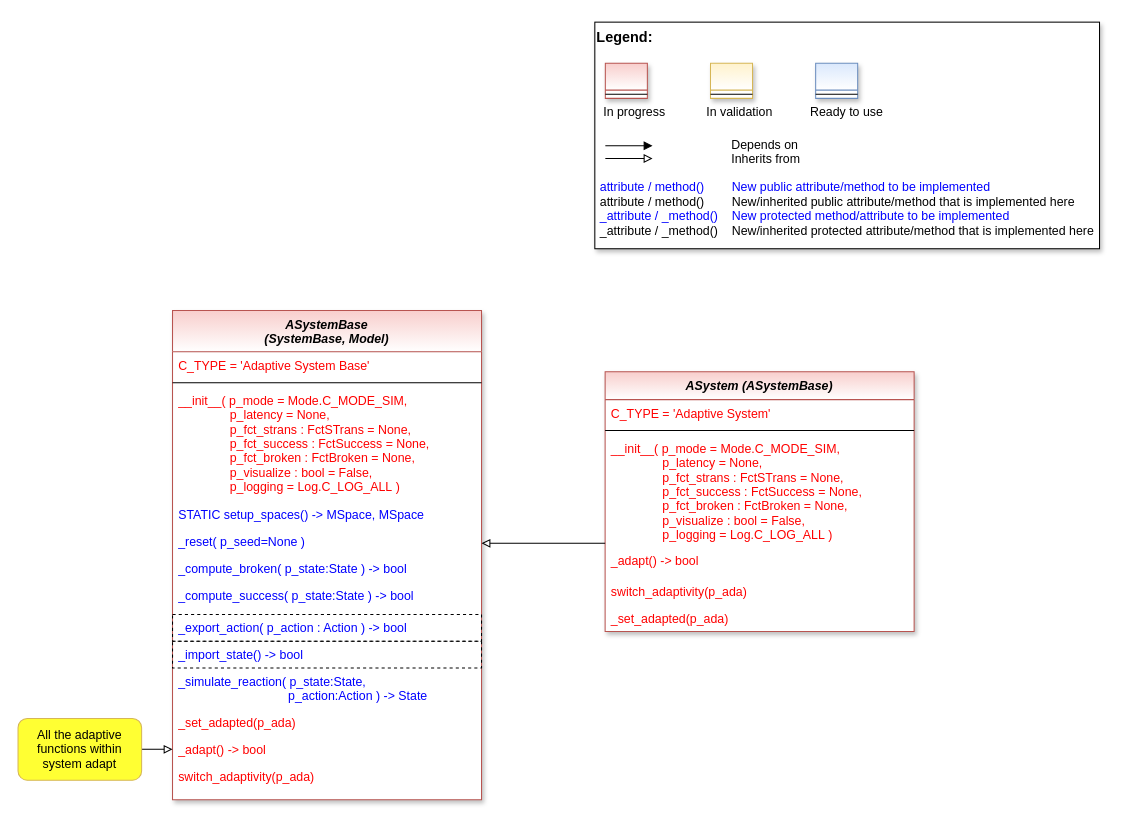
Above: doc/rtd/content/04_appendices/appendix2/sub/core/images/bf/MLPro-BF-Systems-AdaptiveSystems_class_diagram.drawio in fhswf/MLPro (draw.io), before the change. Source tidied: cells renumbered, new cells numbered last; positions are measured from the earlier drawing's top-left corner, leaving out a move shared by most shapes. Both pictures are drawn from the tidied source at 103%, with x=0, y=0 at pixel (18, 22).
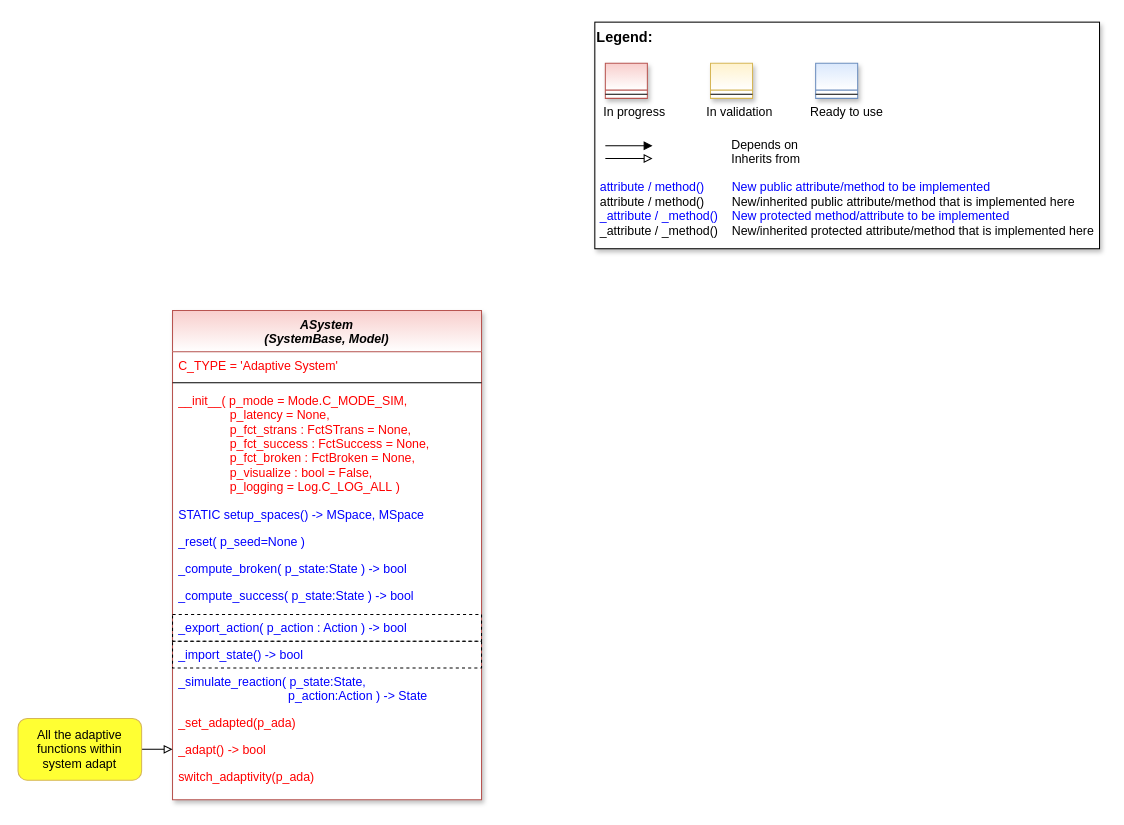
The same page after the edit.

Change to the diagram source:
```diff
@@
-    <mxCell id="2" value="ASystemBase&#10;(SystemBase, Model)" style="swimlane;fontStyle=3;align=center;verticalAlign=top;horizontal=1;startSize=40;rounded=0;shadow=1;strokeWidth=1;fillColor=#f8cecc;strokeColor=#b85450;swimlaneFillColor=#ffffff;gradientColor=#FFFFFF;" parent="1" vertex="1">
+    <mxCell id="2" value="ASystem&#10;(SystemBase, Model)" style="swimlane;fontStyle=3;align=center;verticalAlign=top;horizontal=1;startSize=40;rounded=0;shadow=1;strokeWidth=1;fillColor=#f8cecc;strokeColor=#b85450;swimlaneFillColor=#ffffff;gradientColor=#FFFFFF;" parent="1" vertex="1">
       <mxGeometry x="150" y="280" width="300" height="475" as="geometry" />
     </mxCell>
-    <mxCell id="3" value="C_TYPE = 'Adaptive System Base'" style="text;align=left;verticalAlign=top;spacingLeft=4;spacingRight=4;overflow=hidden;fontColor=#FF0000;" parent="2" vertex="1">
+    <mxCell id="3" value="C_TYPE = 'Adaptive System'" style="text;align=left;verticalAlign=top;spacingLeft=4;spacingRight=4;overflow=hidden;fontColor=#FF0000;" parent="2" vertex="1">
       <mxGeometry y="40" width="300" height="26" as="geometry" />
     </mxCell>
@@
-    <mxCell id="16" value="ASystem (ASystemBase)" style="swimlane;fontStyle=3;align=center;verticalAlign=top;horizontal=1;startSize=27;rounded=0;shadow=1;strokeWidth=1;fillColor=#f8cecc;strokeColor=#b85450;swimlaneFillColor=#ffffff;gradientColor=#FFFFFF;" parent="1" vertex="1">
-      <mxGeometry x="570" y="339.5" width="300" height="252" as="geometry" />
-    </mxCell>
-    <mxCell id="17" value="C_TYPE = 'Adaptive System'" style="text;align=left;verticalAlign=top;spacingLeft=4;spacingRight=4;overflow=hidden;fontColor=#FF0000;" parent="16" vertex="1">
-      <mxGeometry y="27" width="300" height="26" as="geometry" />
-    </mxCell>
-    <mxCell id="18" style="line;html=1;strokeWidth=1;align=left;verticalAlign=middle;spacingTop=-1;spacingLeft=3;spacingRight=3;labelPosition=right;" parent="16" vertex="1">
-      <mxGeometry y="53" width="300" height="8" as="geometry" />
-    </mxCell>
-    <mxCell id="19" value="__init__( p_mode = Mode.C_MODE_SIM,&#10;               p_latency = None, &#10;               p_fct_strans : FctSTrans = None,&#10;               p_fct_success : FctSuccess = None,&#10;               p_fct_broken : FctBroken = None,&#10;               p_visualize : bool = False,&#10;               p_logging = Log.C_LOG_ALL )" style="text;align=left;verticalAlign=top;spacingLeft=4;spacingRight=4;overflow=hidden;points=[[0,0.5],[1,0.5]];portConstraint=eastwest;fontColor=#FF0000;" parent="16" vertex="1">
-      <mxGeometry y="61" width="300" height="109" as="geometry" />
-    </mxCell>
-    <mxCell id="20" value="_adapt() -&gt; bool" style="text;align=left;verticalAlign=top;spacingLeft=4;spacingRight=4;overflow=hidden;fontColor=#FF0000;" parent="16" vertex="1">
-      <mxGeometry y="170" width="300" height="30" as="geometry" />
-    </mxCell>
-    <mxCell id="21" value="switch_adaptivity(p_ada)" style="text;align=left;verticalAlign=top;spacingLeft=4;spacingRight=4;overflow=hidden;fontColor=#FF0000;" parent="16" vertex="1">
-      <mxGeometry y="200" width="300" height="26" as="geometry" />
-    </mxCell>
-    <mxCell id="22" value="_set_adapted(p_ada)" style="text;align=left;verticalAlign=top;spacingLeft=4;spacingRight=4;overflow=hidden;fontColor=#FF0000;" parent="16" vertex="1">
-      <mxGeometry y="226" width="300" height="26" as="geometry" />
-    </mxCell>
-    <mxCell id="23" style="edgeStyle=orthogonalEdgeStyle;rounded=0;jettySize=auto;html=1;fontColor=default;endArrow=block;endFill=0;" parent="1" edge="1" source="19" target="2">
-      <mxGeometry relative="1" as="geometry">
-        <Array as="points">
-          <mxPoint x="490" y="506" />
-          <mxPoint x="490" y="506" />
-        </Array>
-      </mxGeometry>
-    </mxCell>
```
